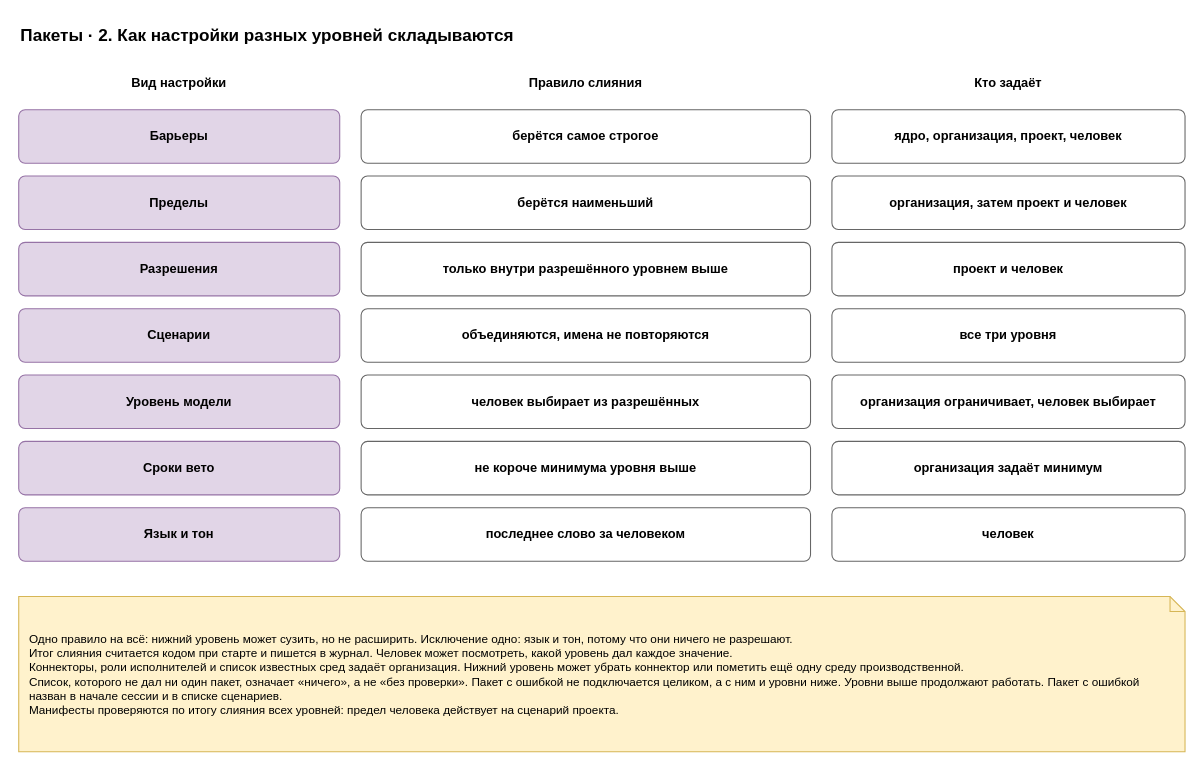
Before: page "2. Наложение" (2 of 5) of docs/spec/harness-packs.drawio in roygkov/reins, a draw.io diagram. Source tidied: cells renumbered, new cells numbered last; positions are measured from the earlier drawing's top-left corner, leaving out a move shared by most shapes. Both pictures are drawn from the tidied source at 107%, with x=0, y=0 at pixel (18, 18).
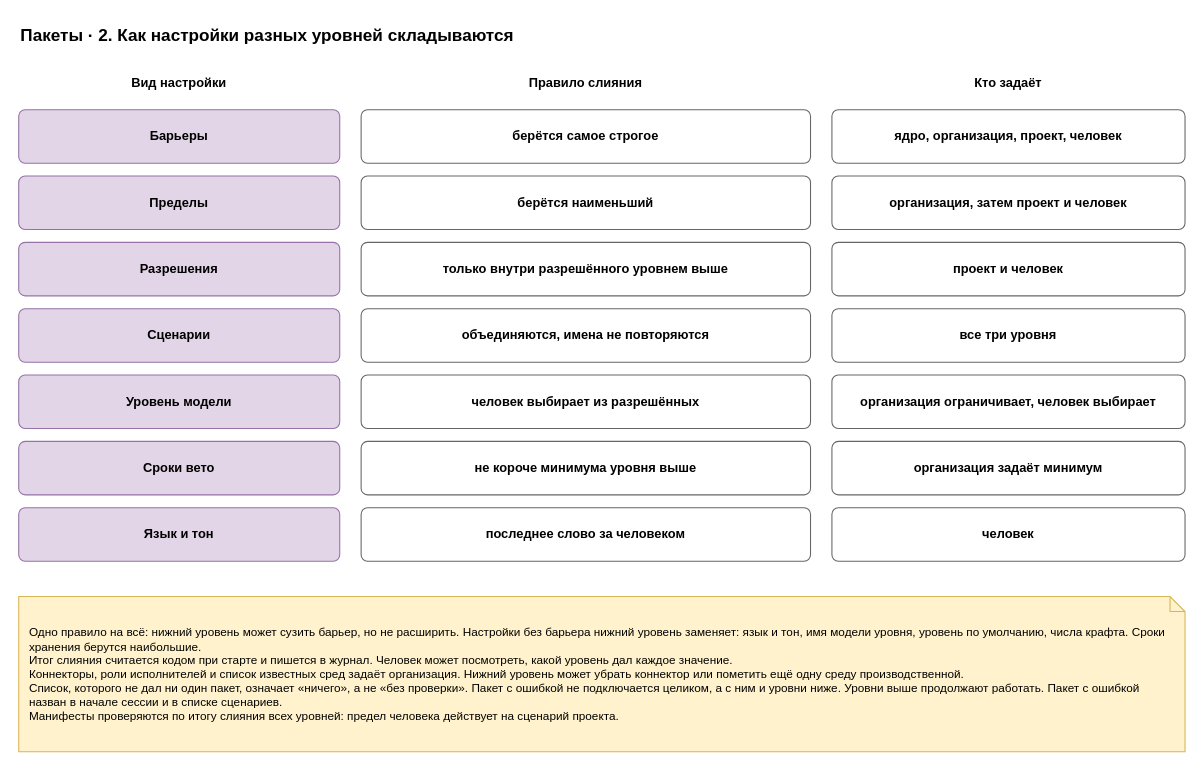
The same diagram, later.

What changed in the source:
```diff
@@
-    <mxCell id="27" value="Одно правило на всё: нижний уровень может сузить, но не расширить. Исключение одно: язык и тон, потому что они ничего не разрешают.&lt;br&gt;Итог слияния считается кодом при старте и пишется в журнал. Человек может посмотреть, какой уровень дал каждое значение.&lt;br&gt;Коннекторы, роли исполнителей и список известных сред задаёт организация. Нижний уровень может убрать коннектор или пометить ещё одну среду производственной.&lt;br&gt;Список, которого не дал ни один пакет, означает «ничего», а не «без проверки». Пакет с ошибкой не подключается целиком, а с ним и уровни ниже. Уровни выше продолжают работать. Пакет с ошибкой назван в начале сессии и в списке сценариев.&lt;br&gt;Манифесты проверяются по итогу слияния всех уровней: предел человека действует на сценарий проекта." style="shape=note;whiteSpace=wrap;html=1;backgroundOutline=1;size=14;fillColor=#fff2cc;strokeColor=#d6b656;align=left;spacingLeft=8;spacingRight=8;fontSize=11;" parent="1" vertex="1">
+    <mxCell id="27" value="Одно правило на всё: нижний уровень может сузить барьер, но не расширить. Настройки без барьера нижний уровень заменяет: язык и тон, имя модели уровня, уровень по умолчанию, числа крафта. Сроки хранения берутся наибольшие.&lt;br&gt;Итог слияния считается кодом при старте и пишется в журнал. Человек может посмотреть, какой уровень дал каждое значение.&lt;br&gt;Коннекторы, роли исполнителей и список известных сред задаёт организация. Нижний уровень может убрать коннектор или пометить ещё одну среду производственной.&lt;br&gt;Список, которого не дал ни один пакет, означает «ничего», а не «без проверки». Пакет с ошибкой не подключается целиком, а с ним и уровни ниже. Уровни выше продолжают работать. Пакет с ошибкой назван в начале сессии и в списке сценариев.&lt;br&gt;Манифесты проверяются по итогу слияния всех уровней: предел человека действует на сценарий проекта." style="shape=note;whiteSpace=wrap;html=1;backgroundOutline=1;size=14;fillColor=#fff2cc;strokeColor=#d6b656;align=left;spacingLeft=8;spacingRight=8;fontSize=11;" parent="1" vertex="1">
       <mxGeometry y="540" width="1090" height="145" as="geometry" />
     </mxCell>
```
